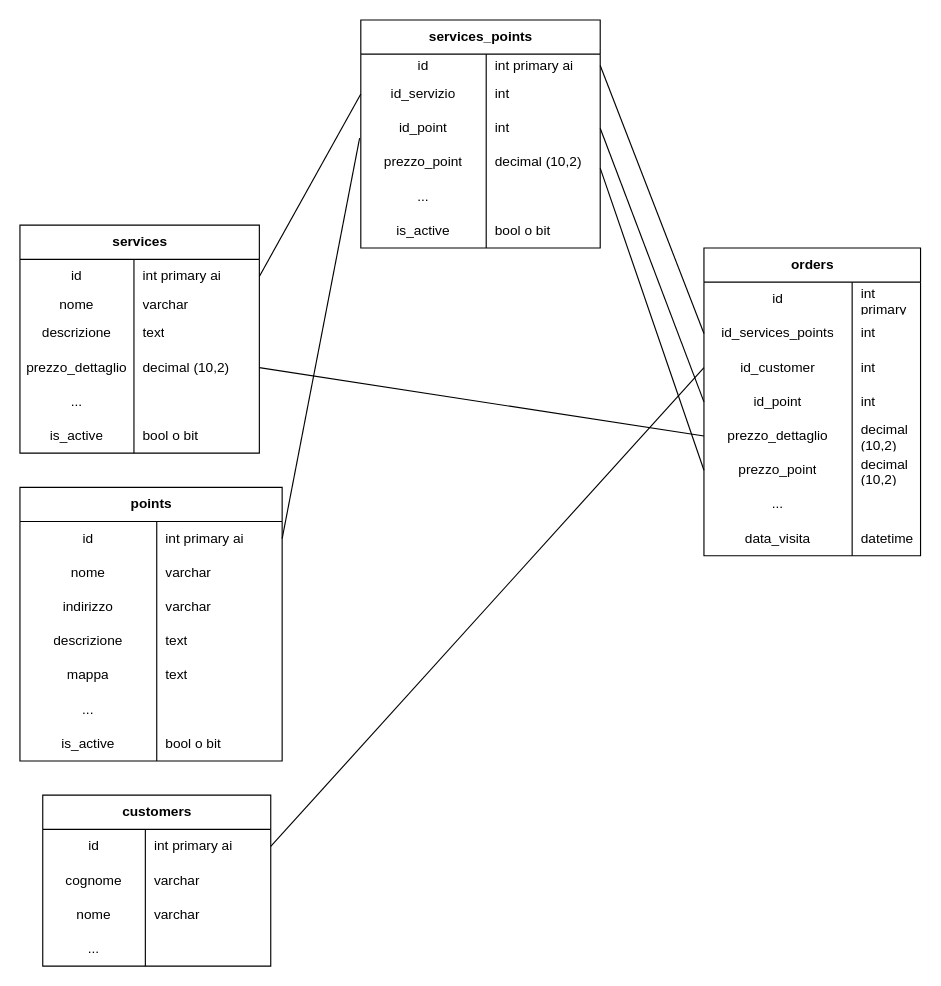
This is Diagramma senza titolo.drawio from overflow64/test_tecnasoft, a draw.io file, before an edit. Source tidied: cells renumbered, new cells numbered last; positions are measured from the earlier drawing's top-left corner, leaving out a move shared by most shapes. Both pictures are drawn from the tidied source at 114%, with x=0, y=0 at pixel (19, 19).
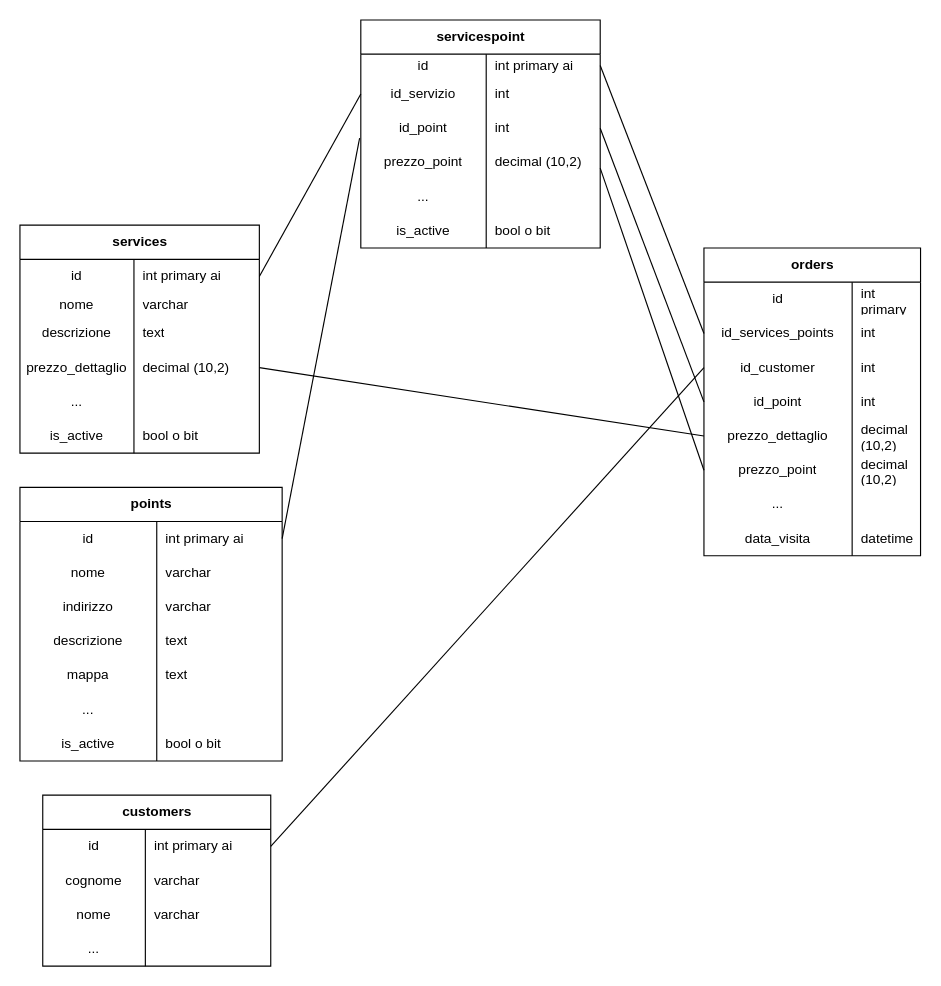
Above is the later version.

Diff of the diagram source:
```diff
@@
-    <mxCell id="43" value="services_points" style="shape=table;startSize=30;childLayout=tableLayout;rowLines=0;fontStyle=1;align=center;html=1;" parent="1" vertex="1">
+    <mxCell id="43" value="servicespoint" style="shape=table;startSize=30;childLayout=tableLayout;rowLines=0;fontStyle=1;align=center;html=1;" parent="1" vertex="1">
       <mxGeometry x="299" width="210" height="200" as="geometry" />
     </mxCell>
```
